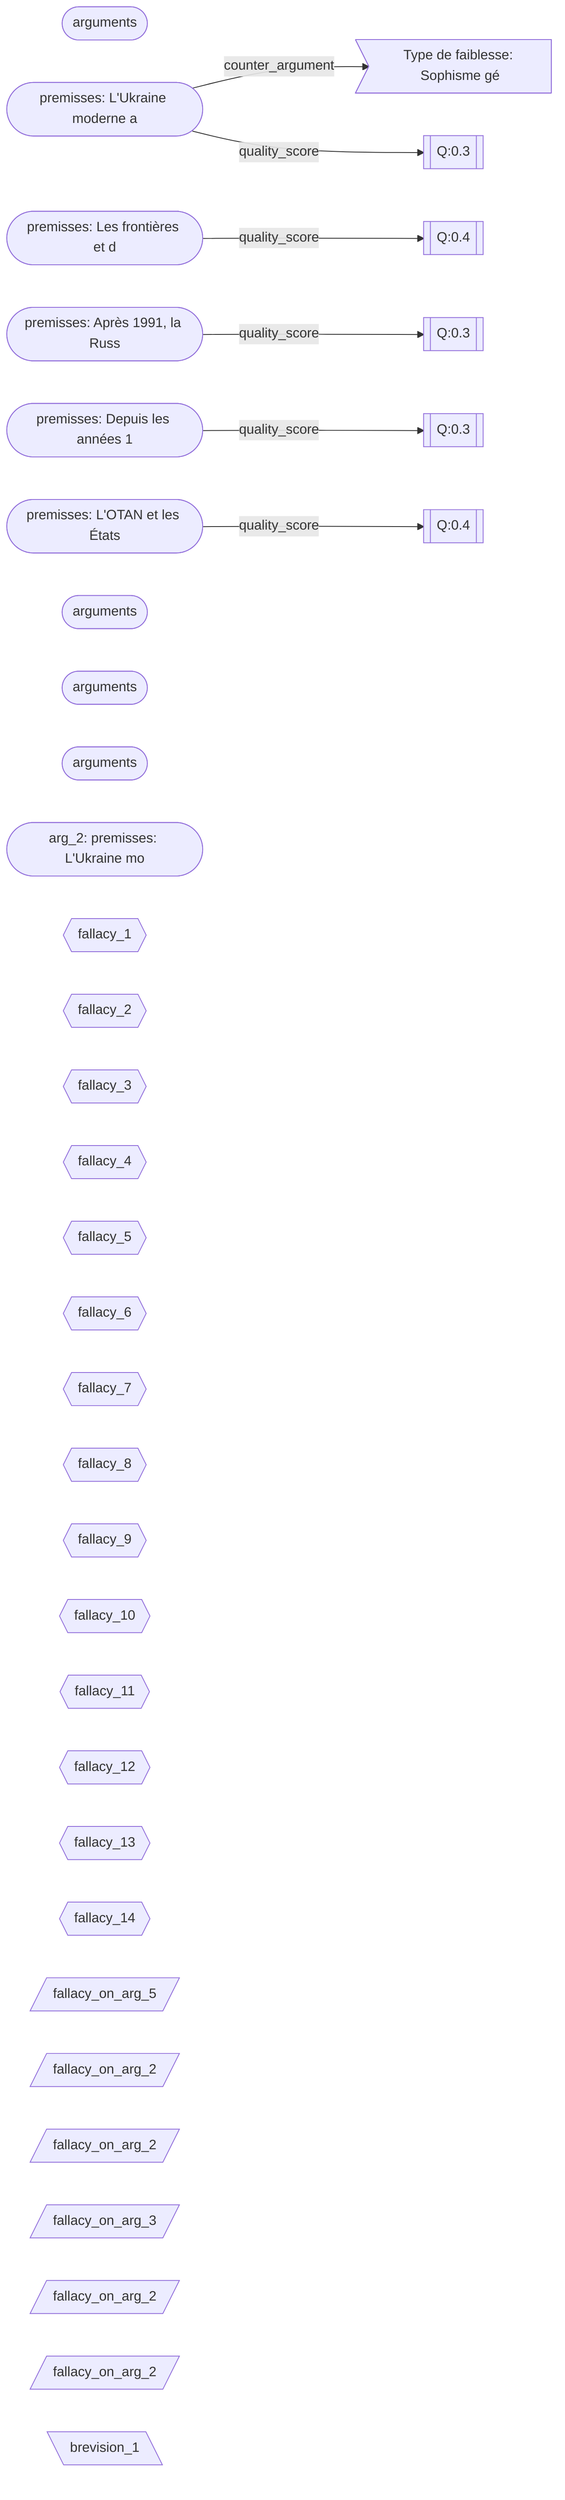
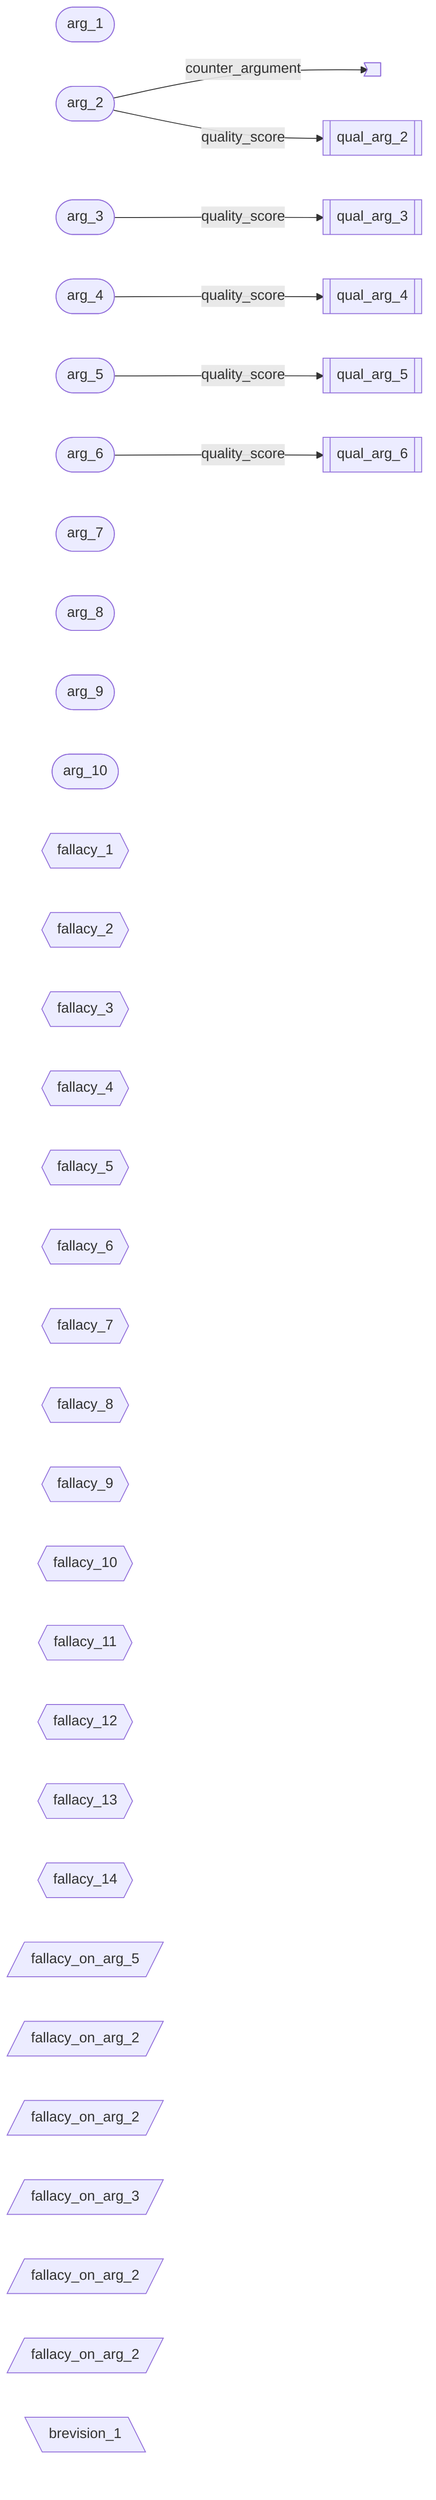
graph LR
-   arg_1(["arguments"])
-   arg_2(["premisses: L'Ukraine moderne a"])
-   arg_3(["premisses: Les frontières et d"])
-   arg_4(["premisses: Après 1991, la Russ"])
-   arg_5(["premisses: Depuis les années 1"])
-   arg_6(["premisses: L'OTAN et les États"])
-   arg_7(["arguments"])
-   arg_8(["arguments"])
-   arg_9(["arguments"])
-   arg_10(["arg_2: premisses: L'Ukraine mo"])
+   arg_1(["arg_1"])
+   arg_2(["arg_2"])
+   arg_3(["arg_3"])
+   arg_4(["arg_4"])
+   arg_5(["arg_5"])
+   arg_6(["arg_6"])
+   arg_7(["arg_7"])
+   arg_8(["arg_8"])
+   arg_9(["arg_9"])
+   arg_10(["arg_10"])
  fallacy_1{{"fallacy_1"}}
  fallacy_2{{"fallacy_2"}}
  fallacy_3{{"fallacy_3"}}
  fallacy_4{{"fallacy_4"}}
  fallacy_5{{"fallacy_5"}}
  fallacy_6{{"fallacy_6"}}
  fallacy_7{{"fallacy_7"}}
  fallacy_8{{"fallacy_8"}}
  fallacy_9{{"fallacy_9"}}
  fallacy_10{{"fallacy_10"}}
  fallacy_11{{"fallacy_11"}}
  fallacy_12{{"fallacy_12"}}
  fallacy_13{{"fallacy_13"}}
  fallacy_14{{"fallacy_14"}}
  jtms_1[/"fallacy_on_arg_5"/]
  jtms_2[/"fallacy_on_arg_2"/]
  jtms_3[/"fallacy_on_arg_2"/]
  jtms_4[/"fallacy_on_arg_3"/]
  jtms_5[/"fallacy_on_arg_2"/]
  jtms_6[/"fallacy_on_arg_2"/]
  brevision_1[\"brevision_1"\]
-   ca_1>"Type de faiblesse: Sophisme gé"]
-   qual_arg_2[["Q:0.3"]]
-   qual_arg_3[["Q:0.4"]]
-   qual_arg_4[["Q:0.3"]]
-   qual_arg_5[["Q:0.3"]]
-   qual_arg_6[["Q:0.4"]]
+   ca_1>"<scrubbed>"]
+   qual_arg_2[["qual_arg_2"]]
+   qual_arg_3[["qual_arg_3"]]
+   qual_arg_4[["qual_arg_4"]]
+   qual_arg_5[["qual_arg_5"]]
+   qual_arg_6[["qual_arg_6"]]
  arg_2 -->|counter_argument| ca_1
  arg_2 -->|quality_score| qual_arg_2
  arg_3 -->|quality_score| qual_arg_3
  arg_4 -->|quality_score| qual_arg_4
  arg_5 -->|quality_score| qual_arg_5
  arg_6 -->|quality_score| qual_arg_6